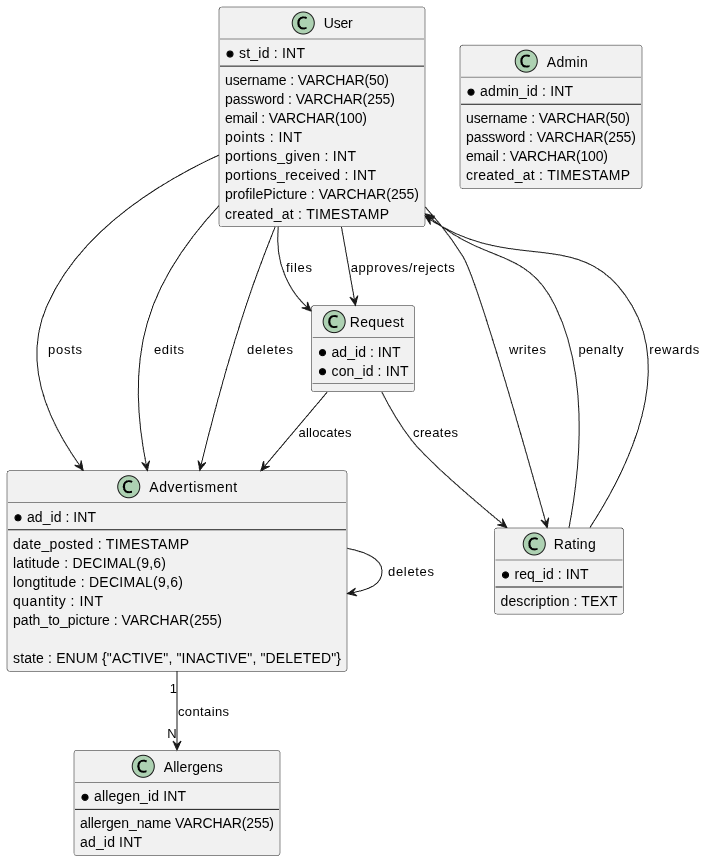
avrapavlos/UniBite keeps this PlantUML diagram as unibite/database/ER/ER.png. Above is the earlier version. Its source is kept beside it as unibite/database/ER/ER.puml.
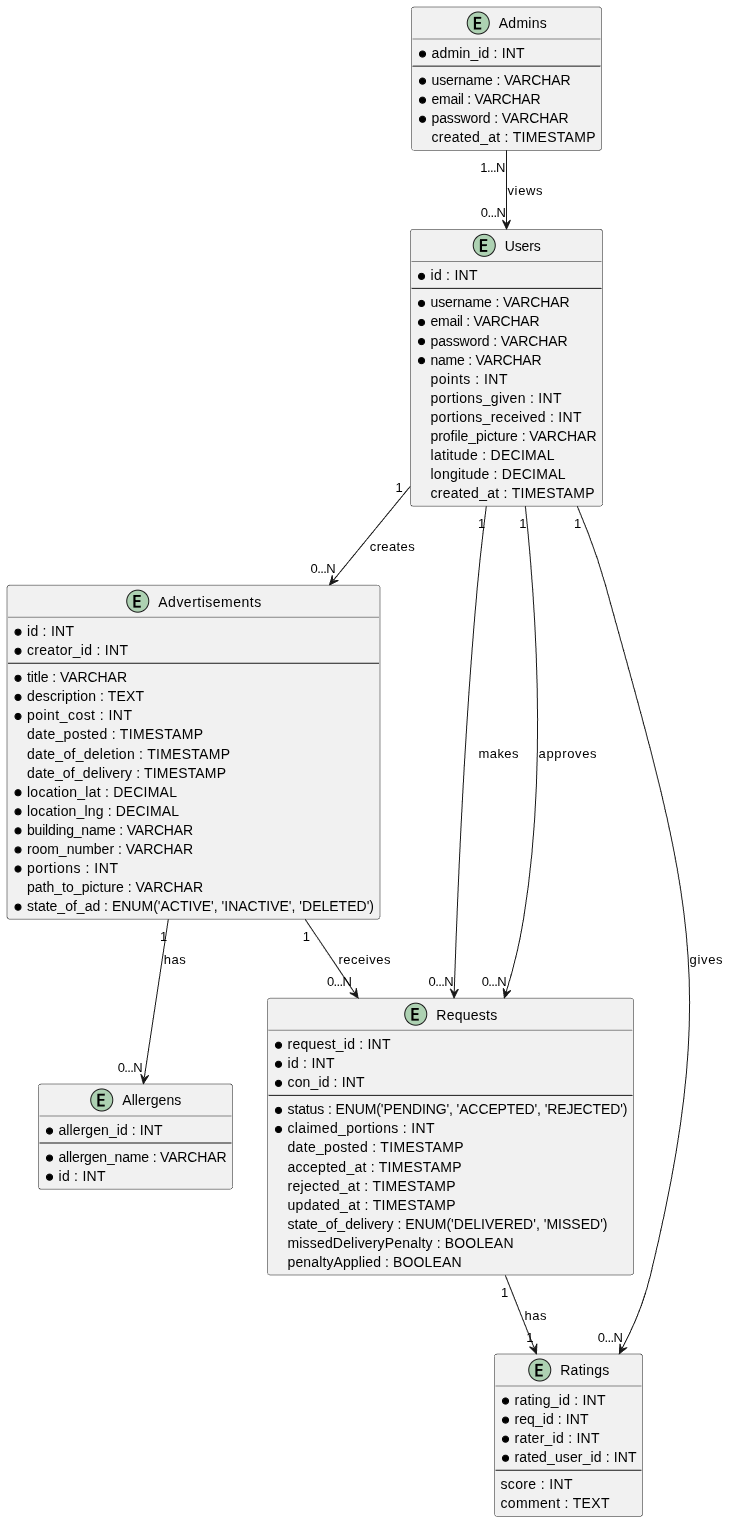
After the change.

Change to the diagram source:
```diff
@@ -1,62 +1,88 @@
 @startuml ER
 
-class User {
-    *st_id : INT
-    --
-    username : VARCHAR(50)
-    password : VARCHAR(255)
-    email : VARCHAR(100)
-    points : INT
-    portions_given : INT
-    portions_received : INT
-    profilePicture : VARCHAR(255)
-    created_at : TIMESTAMP
-}
-class Advertisment {
-    *ad_id : INT
-    --
-    date_posted : TIMESTAMP
-    date_of_deactivation : TIMESTAMP
-    latitude : DECIMAL(9,6)
-    longtitude : DECIMAL(9,6)
-    quantity : INT
-    path_to_picture : VARCHAR(255)
-    state : ENUM {"ACTIVE", "INACTIVE", "DELETED"}
-}
-class Admin {
-    *admin_id : INT
-    --
-    username : VARCHAR(50)
-    password : VARCHAR(255)
-    email : VARCHAR(100)
-    created_at : TIMESTAMP
-}
-class Request {
-    *ad_id : INT
-    *con_id : INT
-}
-class Rating {
-    *req_id : INT
-    --
-    description : TEXT
-}
-class Allergens{
-    *allegen_id INT
-    --
-    allergen_name VARCHAR(255)
-    ad_id INT
+entity "Users" as user {
+  *id : INT
+  --
+  *username : VARCHAR
+  *email : VARCHAR
+  *password : VARCHAR
+  *name : VARCHAR
+  points : INT
+  portions_given : INT
+  portions_received : INT
+  profile_picture : VARCHAR
+  latitude : DECIMAL
+  longitude : DECIMAL
+  created_at : TIMESTAMP
 }
 
-User --> Advertisment : posts
-User --> Advertisment : edits
-User --> Advertisment : deletes
-Advertisment --> Advertisment : deletes
-User --> Request : files
-Request --> Advertisment : allocates
-User --> Request : approves/rejects
-Request --> Rating : creates
-User --> Rating : writes
-Rating --> User : penalty
-Rating --> User : rewards
-Advertisment "1" --> "N" Allergens : contains
+entity "Advertisements" as advertisement {
+  *id : INT
+  *creator_id : INT
+  --
+  *title : VARCHAR
+  *description : TEXT
+  *point_cost : INT
+  date_posted : TIMESTAMP
+  date_of_deletion : TIMESTAMP
+  date_of_delivery : TIMESTAMP
+  *location_lat : DECIMAL
+  *location_lng : DECIMAL
+  *building_name : VARCHAR
+  *room_number : VARCHAR
+  *portions : INT
+  path_to_picture : VARCHAR
+  *state_of_ad : ENUM('ACTIVE', 'INACTIVE', 'DELETED')
+}
+
+entity "Allergens" as allergen {
+  *allergen_id : INT
+  --
+  *allergen_name : VARCHAR
+  *id : INT
+}
+
+entity "Requests" as request {
+  *request_id : INT
+  *id : INT
+  *con_id : INT
+  --
+  *status : ENUM('PENDING', 'ACCEPTED', 'REJECTED')
+  *claimed_portions : INT
+  date_posted : TIMESTAMP
+  accepted_at : TIMESTAMP
+  rejected_at : TIMESTAMP
+  updated_at : TIMESTAMP
+  state_of_delivery : ENUM('DELIVERED', 'MISSED')
+  missedDeliveryPenalty : BOOLEAN
+  penaltyApplied : BOOLEAN
+}
+
+entity "Ratings" as rating {
+  *rating_id : INT
+  *req_id : INT
+  *rater_id : INT
+  *rated_user_id : INT
+  --
+  score : INT
+  comment : TEXT
+}
+
+entity "Admins" as admin {
+  *admin_id : INT
+  --
+  *username : VARCHAR
+  *email : VARCHAR
+  *password : VARCHAR
+  created_at : TIMESTAMP
+}
+
+user "1" --> "0...N" advertisement : "creates"
+user "1" --> "0...N" request : "makes"
+user "1" --> "0...N" rating : "gives"
+user "1" --> "0...N" request : "approves"
+advertisement "1" --> "0...N" allergen : "has"
+advertisement "1" --> "0...N" request : "receives"
+request "1" --> "1" rating : "has"
+admin "1...N" --> "0...N" user : "views"
 @enduml
```
